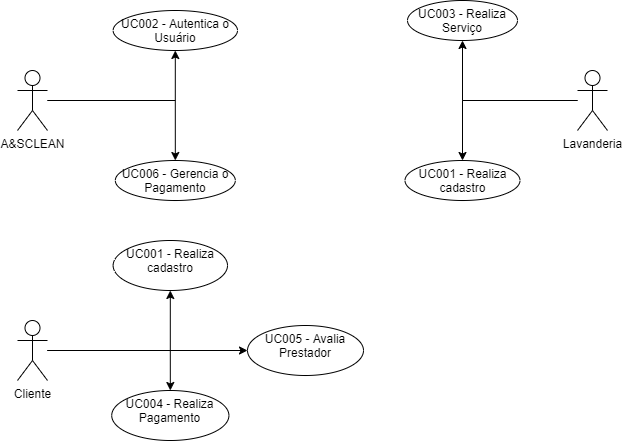
Earlier version of the draw.io export image/casoUso.png (MuriloGomesMunhoz/A-SClean). Source tidied: cells renumbered, new cells last; positions are measured from the earlier drawing's top-left corner, leaving out a move shared by most shapes. Source of this version:
```xml
<mxGraphModel>
  <root>
    <mxCell id="0" />
    <mxCell id="1" parent="0" />
    <mxCell id="2" style="edgeStyle=orthogonalEdgeStyle;rounded=0;jettySize=auto;html=1;" parent="1" edge="1" source="4" target="12">
      <mxGeometry relative="1" as="geometry" />
    </mxCell>
    <mxCell id="3" style="edgeStyle=orthogonalEdgeStyle;rounded=0;jettySize=auto;html=1;" parent="1" edge="1" source="4" target="13">
      <mxGeometry relative="1" as="geometry" />
    </mxCell>
    <mxCell id="4" value="A&amp;amp;SCLEAN" style="shape=umlActor;verticalLabelPosition=bottom;verticalAlign=top;html=1;outlineConnect=0;" parent="1" vertex="1">
      <mxGeometry y="70" width="30" height="60" as="geometry" />
    </mxCell>
    <mxCell id="5" style="edgeStyle=orthogonalEdgeStyle;rounded=0;jettySize=auto;html=1;" parent="1" edge="1" source="8" target="15">
      <mxGeometry relative="1" as="geometry" />
    </mxCell>
    <mxCell id="6" style="edgeStyle=orthogonalEdgeStyle;rounded=0;jettySize=auto;html=1;" parent="1" edge="1" source="8" target="16">
      <mxGeometry relative="1" as="geometry" />
    </mxCell>
    <mxCell id="7" style="edgeStyle=orthogonalEdgeStyle;rounded=0;jettySize=auto;html=1;" parent="1" edge="1" source="8" target="17">
      <mxGeometry relative="1" as="geometry" />
    </mxCell>
    <mxCell id="8" value="Cliente" style="shape=umlActor;verticalLabelPosition=bottom;verticalAlign=top;html=1;outlineConnect=0;" parent="1" vertex="1">
      <mxGeometry y="320" width="30" height="60" as="geometry" />
    </mxCell>
    <mxCell id="9" style="edgeStyle=orthogonalEdgeStyle;rounded=0;jettySize=auto;html=1;" parent="1" edge="1" source="11" target="14">
      <mxGeometry relative="1" as="geometry" />
    </mxCell>
    <mxCell id="10" style="edgeStyle=orthogonalEdgeStyle;rounded=0;jettySize=auto;html=1;" parent="1" edge="1" source="11" target="18">
      <mxGeometry relative="1" as="geometry" />
    </mxCell>
    <mxCell id="11" value="Lavanderia" style="shape=umlActor;verticalLabelPosition=bottom;verticalAlign=top;html=1;outlineConnect=0;" parent="1" vertex="1">
      <mxGeometry x="560" y="70" width="30" height="60" as="geometry" />
    </mxCell>
    <mxCell id="12" value="UC002 - Autentica o Usuário" style="ellipse;whiteSpace=wrap;html=1;verticalAlign=top;" parent="1" vertex="1">
      <mxGeometry x="95.6" y="10" width="124.4" height="40" as="geometry" />
    </mxCell>
    <mxCell id="13" value="UC006 - Gerencia o Pagamento" style="ellipse;whiteSpace=wrap;html=1;verticalAlign=top;" parent="1" vertex="1">
      <mxGeometry x="97.8" y="160" width="120" height="40" as="geometry" />
    </mxCell>
    <mxCell id="14" value="UC003 - Realiza Serviço" style="ellipse;whiteSpace=wrap;html=1;verticalAlign=top;" parent="1" vertex="1">
      <mxGeometry x="390" width="110" height="40" as="geometry" />
    </mxCell>
    <mxCell id="15" value="UC001 - Realiza cadastro" style="ellipse;whiteSpace=wrap;html=1;verticalAlign=top;" parent="1" vertex="1">
      <mxGeometry x="95.6" y="240" width="114.4" height="50" as="geometry" />
    </mxCell>
    <mxCell id="16" value="UC004 - Realiza Pagamento" style="ellipse;whiteSpace=wrap;html=1;verticalAlign=top;" parent="1" vertex="1">
      <mxGeometry x="94.2" y="390" width="117.2" height="50" as="geometry" />
    </mxCell>
    <mxCell id="17" value="UC005 - Avalia Prestador" style="ellipse;whiteSpace=wrap;html=1;verticalAlign=top;" parent="1" vertex="1">
      <mxGeometry x="230" y="325" width="116" height="50" as="geometry" />
    </mxCell>
    <mxCell id="18" value="UC001 - Realiza cadastro" style="ellipse;whiteSpace=wrap;html=1;verticalAlign=top;" parent="1" vertex="1">
      <mxGeometry x="387.5" y="160" width="115" height="40" as="geometry" />
    </mxCell>
  </root>
</mxGraphModel>
```
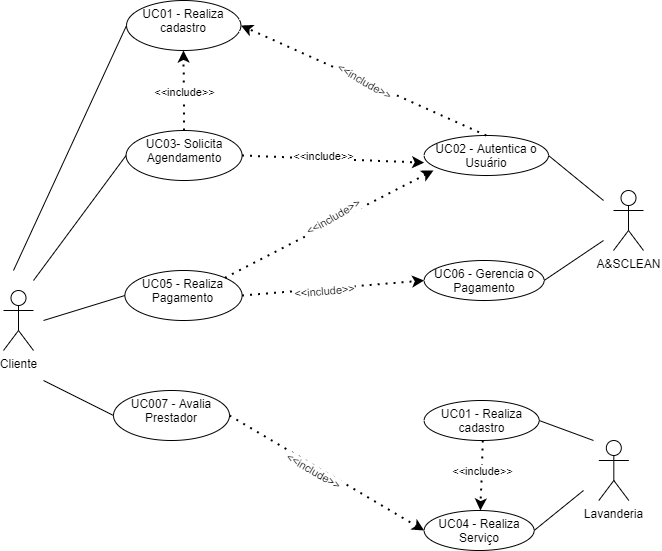
After the commit.

Commit message:
Diagrama de Casos de Uso V2

Change to the diagram source:
```diff
@@ -2,56 +2,143 @@
   <root>
     <mxCell id="0" />
     <mxCell id="1" parent="0" />
-    <mxCell id="2" style="edgeStyle=orthogonalEdgeStyle;rounded=0;jettySize=auto;html=1;" parent="1" edge="1" source="4" target="12">
-      <mxGeometry relative="1" as="geometry" />
-    </mxCell>
-    <mxCell id="3" style="edgeStyle=orthogonalEdgeStyle;rounded=0;jettySize=auto;html=1;" parent="1" edge="1" source="4" target="13">
-      <mxGeometry relative="1" as="geometry" />
-    </mxCell>
     <mxCell id="4" value="A&amp;amp;SCLEAN" style="shape=umlActor;verticalLabelPosition=bottom;verticalAlign=top;html=1;outlineConnect=0;" parent="1" vertex="1">
-      <mxGeometry y="70" width="30" height="60" as="geometry" />
+      <mxGeometry x="600" y="270" width="30" height="60" as="geometry" />
     </mxCell>
-    <mxCell id="5" style="edgeStyle=orthogonalEdgeStyle;rounded=0;jettySize=auto;html=1;" parent="1" edge="1" source="8" target="15">
-      <mxGeometry relative="1" as="geometry" />
-    </mxCell>
-    <mxCell id="6" style="edgeStyle=orthogonalEdgeStyle;rounded=0;jettySize=auto;html=1;" parent="1" edge="1" source="8" target="16">
-      <mxGeometry relative="1" as="geometry" />
-    </mxCell>
-    <mxCell id="7" style="edgeStyle=orthogonalEdgeStyle;rounded=0;jettySize=auto;html=1;" parent="1" edge="1" source="8" target="17">
-      <mxGeometry relative="1" as="geometry" />
-    </mxCell>
     <mxCell id="8" value="Cliente" style="shape=umlActor;verticalLabelPosition=bottom;verticalAlign=top;html=1;outlineConnect=0;" parent="1" vertex="1">
-      <mxGeometry y="320" width="30" height="60" as="geometry" />
+      <mxGeometry x="-10" y="370" width="30" height="60" as="geometry" />
     </mxCell>
-    <mxCell id="9" style="edgeStyle=orthogonalEdgeStyle;rounded=0;jettySize=auto;html=1;" parent="1" edge="1" source="11" target="14">
-      <mxGeometry relative="1" as="geometry" />
-    </mxCell>
-    <mxCell id="10" style="edgeStyle=orthogonalEdgeStyle;rounded=0;jettySize=auto;html=1;" parent="1" edge="1" source="11" target="18">
-      <mxGeometry relative="1" as="geometry" />
-    </mxCell>
     <mxCell id="11" value="Lavanderia" style="shape=umlActor;verticalLabelPosition=bottom;verticalAlign=top;html=1;outlineConnect=0;" parent="1" vertex="1">
-      <mxGeometry x="560" y="70" width="30" height="60" as="geometry" />
+      <mxGeometry x="585.3" y="520" width="30" height="60" as="geometry" />
     </mxCell>
-    <mxCell id="12" value="UC002 - Autentica o Usuário" style="ellipse;whiteSpace=wrap;html=1;verticalAlign=top;" parent="1" vertex="1">
-      <mxGeometry x="95.6" y="10" width="124.4" height="40" as="geometry" />
+    <mxCell id="12" value="UC02 - Autentica o Usuário" style="ellipse;whiteSpace=wrap;html=1;verticalAlign=top;" parent="1" vertex="1">
+      <mxGeometry x="410.6" y="215" width="124.4" height="40" as="geometry" />
     </mxCell>
-    <mxCell id="13" value="UC006 - Gerencia o Pagamento" style="ellipse;whiteSpace=wrap;html=1;verticalAlign=top;" parent="1" vertex="1">
-      <mxGeometry x="97.8" y="160" width="120" height="40" as="geometry" />
+    <mxCell id="13" value="UC06 - Gerencia o Pagamento" style="ellipse;whiteSpace=wrap;html=1;verticalAlign=top;" parent="1" vertex="1">
+      <mxGeometry x="410.6" y="340" width="120" height="40" as="geometry" />
     </mxCell>
-    <mxCell id="14" value="UC003 - Realiza Serviço" style="ellipse;whiteSpace=wrap;html=1;verticalAlign=top;" parent="1" vertex="1">
-      <mxGeometry x="390" width="110" height="40" as="geometry" />
+    <mxCell id="14" value="UC04 - Realiza Serviço" style="ellipse;whiteSpace=wrap;html=1;verticalAlign=top;" parent="1" vertex="1">
+      <mxGeometry x="410.6" y="590" width="110" height="40" as="geometry" />
     </mxCell>
-    <mxCell id="15" value="UC001 - Realiza cadastro" style="ellipse;whiteSpace=wrap;html=1;verticalAlign=top;" parent="1" vertex="1">
-      <mxGeometry x="95.6" y="240" width="114.4" height="50" as="geometry" />
+    <mxCell id="15" value="UC01 - Realiza cadastro" style="ellipse;whiteSpace=wrap;html=1;verticalAlign=top;" parent="1" vertex="1">
+      <mxGeometry x="113" y="80" width="114.4" height="50" as="geometry" />
     </mxCell>
-    <mxCell id="16" value="UC004 - Realiza Pagamento" style="ellipse;whiteSpace=wrap;html=1;verticalAlign=top;" parent="1" vertex="1">
-      <mxGeometry x="94.2" y="390" width="117.2" height="50" as="geometry" />
+    <mxCell id="16" value="UC05 - Realiza Pagamento" style="ellipse;whiteSpace=wrap;html=1;verticalAlign=top;" parent="1" vertex="1">
+      <mxGeometry x="111.4" y="350" width="117.2" height="50" as="geometry" />
     </mxCell>
-    <mxCell id="17" value="UC005 - Avalia Prestador" style="ellipse;whiteSpace=wrap;html=1;verticalAlign=top;" parent="1" vertex="1">
-      <mxGeometry x="230" y="325" width="116" height="50" as="geometry" />
+    <mxCell id="17" value="UC007 - Avalia Prestador" style="ellipse;whiteSpace=wrap;html=1;verticalAlign=top;" parent="1" vertex="1">
+      <mxGeometry x="100" y="470" width="116" height="50" as="geometry" />
     </mxCell>
-    <mxCell id="18" value="UC001 - Realiza cadastro" style="ellipse;whiteSpace=wrap;html=1;verticalAlign=top;" parent="1" vertex="1">
-      <mxGeometry x="387.5" y="160" width="115" height="40" as="geometry" />
+    <mxCell id="18" value="UC01 - Realiza cadastro" style="ellipse;whiteSpace=wrap;html=1;verticalAlign=top;" parent="1" vertex="1">
+      <mxGeometry x="410.6" y="480" width="115" height="40" as="geometry" />
     </mxCell>
+    <mxCell id="19" style="endArrow=none;html=1;rounded=0;entryX=0;entryY=0.5;entryDx=0;entryDy=0;" parent="1" edge="1" target="15">
+      <mxGeometry relative="1" as="geometry">
+        <mxPoint y="350" as="sourcePoint" />
+      </mxGeometry>
+    </mxCell>
+    <mxCell id="20" style="endArrow=none;html=1;rounded=0;entryX=0;entryY=0.5;entryDx=0;entryDy=0;" parent="1" edge="1" target="16">
+      <mxGeometry relative="1" as="geometry">
+        <mxPoint x="30" y="400" as="sourcePoint" />
+      </mxGeometry>
+    </mxCell>
+    <mxCell id="21" style="endArrow=none;html=1;rounded=0;entryX=0;entryY=0.5;entryDx=0;entryDy=0;" parent="1" edge="1" target="17">
+      <mxGeometry relative="1" as="geometry">
+        <mxPoint x="30" y="460" as="sourcePoint" />
+      </mxGeometry>
+    </mxCell>
+    <mxCell id="22" style="endArrow=none;html=1;rounded=0;entryX=1;entryY=0.5;entryDx=0;entryDy=0;" parent="1" edge="1" target="12">
+      <mxGeometry relative="1" as="geometry">
+        <mxPoint x="590" y="280" as="sourcePoint" />
+      </mxGeometry>
+    </mxCell>
+    <mxCell id="23" style="endArrow=none;html=1;rounded=0;entryX=1;entryY=0.5;entryDx=0;entryDy=0;" parent="1" edge="1" target="13">
+      <mxGeometry relative="1" as="geometry">
+        <mxPoint x="590" y="320" as="sourcePoint" />
+      </mxGeometry>
+    </mxCell>
+    <mxCell id="24" style="endArrow=none;html=1;rounded=0;entryX=1;entryY=0.5;entryDx=0;entryDy=0;" parent="1" edge="1" target="18">
+      <mxGeometry relative="1" as="geometry">
+        <mxPoint x="580" y="520" as="sourcePoint" />
+      </mxGeometry>
+    </mxCell>
+    <mxCell id="25" style="endArrow=none;html=1;rounded=0;entryX=1;entryY=0.5;entryDx=0;entryDy=0;" parent="1" edge="1" target="14">
+      <mxGeometry relative="1" as="geometry">
+        <mxPoint x="570" y="570" as="sourcePoint" />
+      </mxGeometry>
+    </mxCell>
+    <mxCell id="26" style="endArrow=classic;dashed=1;html=1;dashPattern=1 3;strokeWidth=2;rounded=0;entryX=0;entryY=0.5;entryDx=0;entryDy=0;exitX=1;exitY=0.5;exitDx=0;exitDy=0;endFill=1;" parent="1" edge="1" source="16" target="13">
+      <mxGeometry relative="1" as="geometry" />
+    </mxCell>
+    <mxCell id="27" value="&amp;lt;&amp;lt;include&amp;gt;&amp;gt;" style="edgeLabel;html=1;align=center;verticalAlign=middle;rotation=-5;" parent="26" vertex="1">
+      <mxGeometry x="0.7" relative="1" as="geometry">
+        <mxPoint x="-73" y="8" as="offset" />
+      </mxGeometry>
+    </mxCell>
+    <mxCell id="28" style="endArrow=classic;dashed=1;html=1;dashPattern=1 3;strokeWidth=2;rounded=0;entryX=0.5;entryY=0;entryDx=0;entryDy=0;exitX=0.5;exitY=1;exitDx=0;exitDy=0;endFill=1;" parent="1" edge="1">
+      <mxGeometry relative="1" as="geometry">
+        <mxPoint x="469.4" y="520" as="sourcePoint" />
+        <mxPoint x="466.9" y="590" as="targetPoint" />
+      </mxGeometry>
+    </mxCell>
+    <mxCell id="29" value="&amp;lt;&amp;lt;include&amp;gt;&amp;gt;" style="edgeLabel;html=1;align=center;verticalAlign=middle;rotation=0;" parent="28" vertex="1">
+      <mxGeometry x="0.7" relative="1" as="geometry">
+        <mxPoint x="1" y="-30" as="offset" />
+      </mxGeometry>
+    </mxCell>
+    <mxCell id="30" style="endArrow=classic;dashed=1;html=1;dashPattern=1 3;strokeWidth=2;rounded=0;exitX=1;exitY=0;exitDx=0;exitDy=0;endFill=1;" parent="1" edge="1" source="16">
+      <mxGeometry relative="1" as="geometry">
+        <mxPoint x="420" y="250" as="targetPoint" />
+      </mxGeometry>
+    </mxCell>
+    <mxCell id="31" value="&amp;lt;&amp;lt;include&amp;gt;&amp;gt;" style="edgeLabel;html=1;align=center;verticalAlign=middle;rotation=-30;" parent="30" vertex="1">
+      <mxGeometry x="0.7" relative="1" as="geometry">
+        <mxPoint x="-70" y="31" as="offset" />
+      </mxGeometry>
+    </mxCell>
+    <mxCell id="32" value="UC03- Solicita&lt;br&gt;Agendamento" style="ellipse;whiteSpace=wrap;html=1;verticalAlign=top;" parent="1" vertex="1">
+      <mxGeometry x="112.6" y="210" width="116" height="50" as="geometry" />
+    </mxCell>
+    <mxCell id="33" style="endArrow=none;html=1;rounded=0;entryX=0;entryY=0.5;entryDx=0;entryDy=0;" parent="1" edge="1" target="32">
+      <mxGeometry relative="1" as="geometry">
+        <mxPoint x="20" y="360" as="sourcePoint" />
+      </mxGeometry>
+    </mxCell>
+    <mxCell id="34" style="endArrow=classic;dashed=1;html=1;dashPattern=1 3;strokeWidth=2;rounded=0;exitX=0.5;exitY=0;exitDx=0;exitDy=0;endFill=1;" parent="1" edge="1" source="32">
+      <mxGeometry relative="1" as="geometry">
+        <mxPoint x="170" y="130" as="targetPoint" />
+      </mxGeometry>
+    </mxCell>
+    <mxCell id="35" value="&amp;lt;&amp;lt;include&amp;gt;&amp;gt;" style="edgeLabel;html=1;align=center;verticalAlign=middle;rotation=0;" parent="34" vertex="1">
+      <mxGeometry x="0.7" relative="1" as="geometry">
+        <mxPoint y="30" as="offset" />
+      </mxGeometry>
+    </mxCell>
+    <mxCell id="36" style="endArrow=classic;dashed=1;html=1;dashPattern=1 3;strokeWidth=2;rounded=0;exitX=1;exitY=0.5;exitDx=0;exitDy=0;endFill=1;" parent="1" edge="1" source="32">
+      <mxGeometry relative="1" as="geometry">
+        <mxPoint x="410.6" y="242.2" as="targetPoint" />
+      </mxGeometry>
+    </mxCell>
+    <mxCell id="37" value="&amp;lt;&amp;lt;include&amp;gt;&amp;gt;" style="edgeLabel;html=1;align=center;verticalAlign=middle;rotation=0;" parent="36" vertex="1">
+      <mxGeometry x="0.7" relative="1" as="geometry">
+        <mxPoint x="-74" y="-6" as="offset" />
+      </mxGeometry>
+    </mxCell>
+    <mxCell id="38" style="endArrow=classic;dashed=1;html=1;dashPattern=1 3;strokeWidth=2;rounded=0;exitX=0.5;exitY=0;exitDx=0;exitDy=0;endFill=1;entryX=1;entryY=0.5;entryDx=0;entryDy=0;" parent="1" edge="1" source="12" target="15">
+      <mxGeometry relative="1" as="geometry" />
+    </mxCell>
+    <mxCell id="39" value="&amp;lt;&amp;lt;include&amp;gt;&amp;gt;" style="edgeLabel;html=1;align=center;verticalAlign=middle;rotation=30;" parent="38" vertex="1">
+      <mxGeometry x="0.7" relative="1" as="geometry">
+        <mxPoint x="87" y="39" as="offset" />
+      </mxGeometry>
+    </mxCell>
+    <mxCell id="40" style="endArrow=classic;dashed=1;html=1;dashPattern=1 3;strokeWidth=2;rounded=0;entryX=0;entryY=0.5;entryDx=0;entryDy=0;exitX=1;exitY=0.5;exitDx=0;exitDy=0;endFill=1;" parent="1" edge="1" source="17" target="14">
+      <mxGeometry relative="1" as="geometry" />
+    </mxCell>
+    <mxCell id="41" value="&amp;lt;&amp;lt;include&amp;gt;&amp;gt;" style="edgeLabel;html=1;align=center;verticalAlign=middle;rotation=30;" parent="40" vertex="1">
+      <mxGeometry x="0.7" relative="1" as="geometry">
+        <mxPoint x="-82" y="-43" as="offset" />
+      </mxGeometry>
+    </mxCell>
   </root>
 </mxGraphModel>
```
